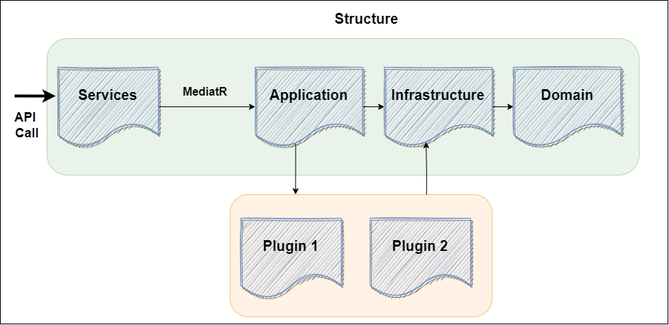
Earlier version of the draw.io export TaxServices-Project-Structure.png (bm1905/FinanceApp). Source tidied: cells renumbered, new cells last; positions are measured from the earlier drawing's top-left corner, leaving out a move shared by most shapes.
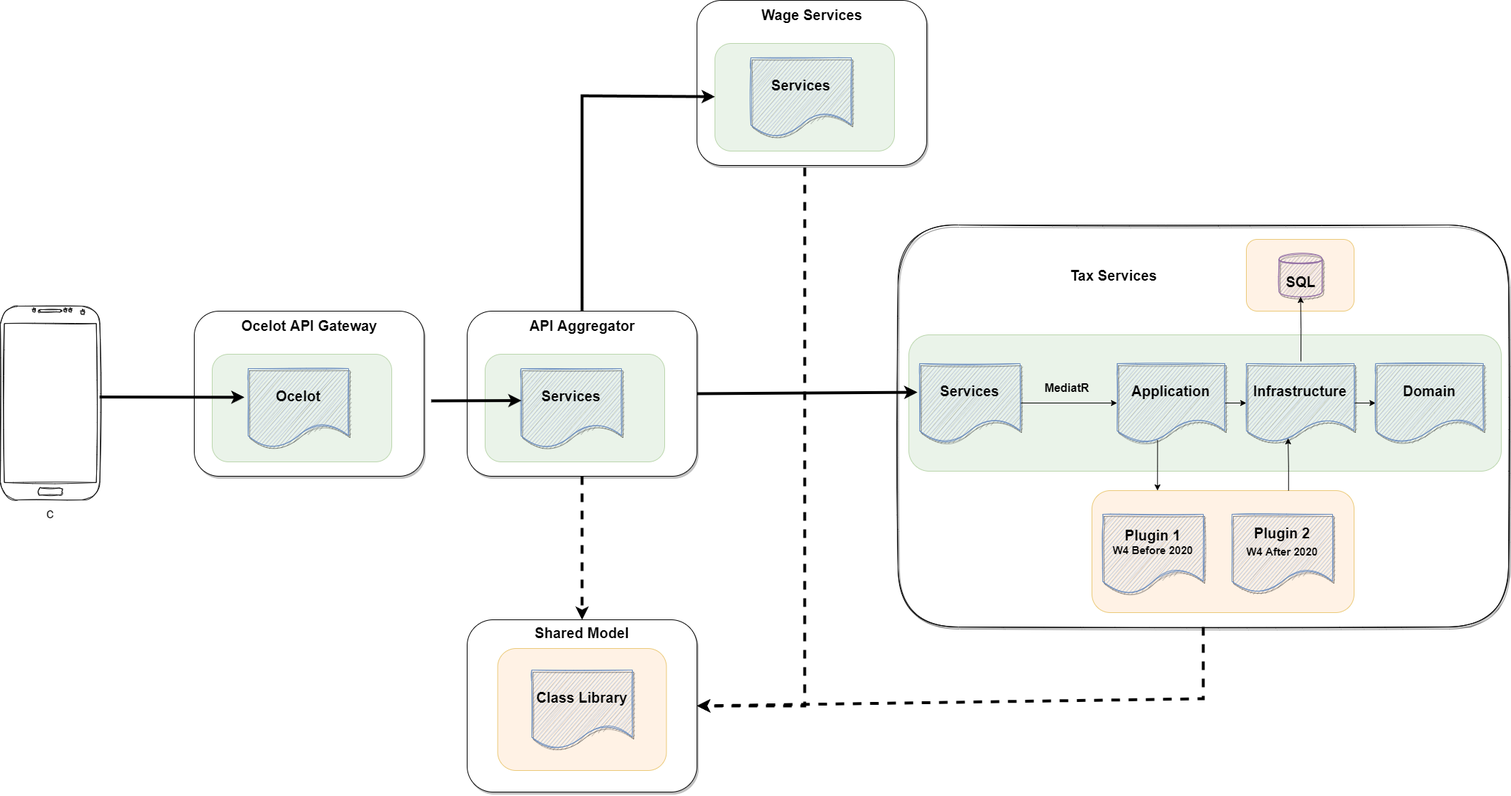
The same diagram one commit later.

Change to the diagram source:
```diff
@@ -2,8 +2,8 @@
   <root>
     <mxCell id="0" />
     <mxCell id="1" parent="0" />
-    <mxCell id="2" style="rounded=0;whiteSpace=wrap;html=1;fontFamily=Helvetica;fontSize=12;fontColor=default;fillColor=#FFFFFF;" parent="1" vertex="1">
-      <mxGeometry width="930" height="450" as="geometry" />
+    <mxCell id="2" style="rounded=1;whiteSpace=wrap;html=1;fontFamily=Helvetica;fontSize=12;shadow=1;sketch=1;glass=0;" parent="1" vertex="1">
+      <mxGeometry x="50" y="-100" width="850" height="560" as="geometry" />
     </mxCell>
     <mxCell id="3" style="rounded=1;whiteSpace=wrap;html=1;fillColor=#ffe6cc;strokeColor=#d79b00;opacity=50;" parent="1" vertex="1">
       <mxGeometry x="320" y="270" width="365" height="170" as="geometry" />
@@ -11,8 +11,8 @@
     <mxCell id="4" style="rounded=1;whiteSpace=wrap;html=1;fillColor=#d5e8d4;strokeColor=#82b366;opacity=50;" parent="1" vertex="1">
       <mxGeometry x="65" y="53" width="825" height="190" as="geometry" />
     </mxCell>
-    <mxCell id="5" value="Structure" style="text;html=1;align=center;verticalAlign=middle;strokeColor=none;fillColor=none;fontStyle=1;fontSize=20;" parent="1" vertex="1">
-      <mxGeometry x="460" y="10" width="100" height="30" as="geometry" />
+    <mxCell id="5" value="Tax Services" style="text;html=1;align=center;verticalAlign=middle;strokeColor=none;fillColor=none;fontStyle=1;fontSize=20;" parent="1" vertex="1">
+      <mxGeometry x="280" y="-50" width="140" height="40" as="geometry" />
     </mxCell>
     <mxCell id="6" style="edgeStyle=orthogonalEdgeStyle;rounded=0;jettySize=auto;html=1;fillColor=#660000;" parent="1" edge="1" source="7" target="9">
       <mxGeometry relative="1" as="geometry" />
@@ -35,18 +35,13 @@
     <mxCell id="12" value="&lt;span style=&quot;font-size: 20px&quot;&gt;&lt;b&gt;Domain&lt;/b&gt;&lt;/span&gt;" style="shape=document;whiteSpace=wrap;html=1;boundedLbl=1;fillColor=#dae8fc;strokeColor=#6c8ebf;sketch=1;shadow=1;fillStyle=auto;" parent="1" vertex="1">
       <mxGeometry x="715" y="93" width="150" height="110" as="geometry" />
     </mxCell>
-    <mxCell id="13" style="endArrow=classic;html=1;rounded=0;fillColor=#660000;entryX=-0.021;entryY=0.364;entryDx=0;entryDy=0;entryPerimeter=0;strokeWidth=4;" parent="1" edge="1" target="7">
-      <mxGeometry relative="1" as="geometry">
-        <mxPoint x="20" y="133" as="sourcePoint" />
-      </mxGeometry>
+    <mxCell id="13" style="endArrow=classic;html=1;rounded=0;fillColor=#660000;entryX=-0.021;entryY=0.364;entryDx=0;entryDy=0;entryPerimeter=0;strokeWidth=4;exitX=1;exitY=0.5;exitDx=0;exitDy=0;" parent="1" edge="1" source="20" target="7">
+      <mxGeometry relative="1" as="geometry" />
     </mxCell>
-    <mxCell id="14" value="API &lt;br&gt;Call" style="text;html=1;align=center;verticalAlign=middle;strokeColor=none;fillColor=none;fontStyle=1;fontSize=18;" parent="1" vertex="1">
-      <mxGeometry x="12" y="149" width="50" height="50" as="geometry" />
-    </mxCell>
-    <mxCell id="15" value="&lt;span style=&quot;font-size: 20px&quot;&gt;&lt;b&gt;Plugin 1&lt;/b&gt;&lt;/span&gt;" style="shape=document;whiteSpace=wrap;html=1;boundedLbl=1;fillColor=#dae8fc;strokeColor=#6c8ebf;shadow=1;sketch=1;" parent="1" vertex="1">
+    <mxCell id="15" value="&lt;b style=&quot;&quot;&gt;&lt;span style=&quot;font-size: 20px;&quot;&gt;Plugin 1&lt;/span&gt;&lt;br&gt;&lt;font style=&quot;font-size: 15px;&quot;&gt;W4 Before 2020&lt;/font&gt;&lt;br&gt;&lt;/b&gt;" style="shape=document;whiteSpace=wrap;html=1;boundedLbl=1;fillColor=#dae8fc;strokeColor=#6c8ebf;shadow=1;sketch=1;" parent="1" vertex="1">
       <mxGeometry x="335" y="303" width="140" height="110" as="geometry" />
     </mxCell>
-    <mxCell id="16" value="&lt;span style=&quot;font-size: 20px&quot;&gt;&lt;b&gt;Plugin 2&lt;/b&gt;&lt;/span&gt;" style="shape=document;whiteSpace=wrap;html=1;boundedLbl=1;fillColor=#dae8fc;strokeColor=#6c8ebf;sketch=1;shadow=1;" parent="1" vertex="1">
+    <mxCell id="16" value="&lt;span style=&quot;font-size: 20px&quot;&gt;&lt;b&gt;Plugin 2&lt;br&gt;&lt;/b&gt;&lt;/span&gt;&lt;b&gt;&lt;font style=&quot;font-size: 15px;&quot;&gt;W4 After 2020&lt;/font&gt;&lt;/b&gt;&lt;span style=&quot;font-size: 20px&quot;&gt;&lt;b&gt;&lt;br&gt;&lt;/b&gt;&lt;/span&gt;" style="shape=document;whiteSpace=wrap;html=1;boundedLbl=1;fillColor=#dae8fc;strokeColor=#6c8ebf;sketch=1;shadow=1;" parent="1" vertex="1">
       <mxGeometry x="515" y="303" width="140" height="110" as="geometry" />
     </mxCell>
     <mxCell id="17" style="edgeStyle=orthogonalEdgeStyle;rounded=0;jettySize=auto;html=1;fillColor=#660000;entryX=0.25;entryY=0;entryDx=0;entryDy=0;exitX=0.376;exitY=0.97;exitDx=0;exitDy=0;exitPerimeter=0;" parent="1" edge="1" source="9" target="3">
@@ -58,5 +53,98 @@
     <mxCell id="19" value="&lt;font style=&quot;font-size: 16px&quot;&gt;MediatR&lt;/font&gt;" style="text;html=1;align=center;verticalAlign=middle;strokeColor=none;fillColor=none;fontStyle=1;fontSize=20;" parent="1" vertex="1">
       <mxGeometry x="245" y="110" width="80" height="30" as="geometry" />
     </mxCell>
+    <mxCell id="20" style="rounded=1;whiteSpace=wrap;html=1;fontFamily=Helvetica;fontSize=12;fontColor=default;fillColor=#FFFFFF;shadow=1;" parent="1" vertex="1">
+      <mxGeometry x="-550" y="20" width="320" height="230" as="geometry" />
+    </mxCell>
+    <mxCell id="21" value="API Aggregator" style="text;html=1;align=center;verticalAlign=middle;points=[];strokeColor=none;fillColor=none;fontStyle=1;fontSize=20;" parent="1" vertex="1">
+      <mxGeometry x="-475" y="20" width="170" height="40" as="geometry" />
+    </mxCell>
+    <mxCell id="22" style="rounded=1;whiteSpace=wrap;html=1;fillColor=#d5e8d4;strokeColor=#82b366;opacity=50;" parent="1" vertex="1">
+      <mxGeometry x="-525" y="80" width="250" height="150" as="geometry" />
+    </mxCell>
+    <mxCell id="23" value="&lt;span style=&quot;font-size: 20px&quot;&gt;&lt;b&gt;Services&lt;/b&gt;&lt;/span&gt;" style="shape=document;whiteSpace=wrap;html=1;boundedLbl=1;fillColor=#dae8fc;strokeColor=#6c8ebf;sketch=1;shadow=1;" parent="1" vertex="1">
+      <mxGeometry x="-475" y="100" width="140" height="110" as="geometry" />
+    </mxCell>
+    <mxCell id="24" style="rounded=1;whiteSpace=wrap;html=1;fillColor=#ffe6cc;strokeColor=#d79b00;opacity=50;" parent="1" vertex="1">
+      <mxGeometry x="535" y="-80" width="150" height="100" as="geometry" />
+    </mxCell>
+    <mxCell id="25" value="&lt;b&gt;&lt;font style=&quot;font-size: 20px;&quot;&gt;SQL&lt;/font&gt;&lt;/b&gt;" style="shape=datastore;whiteSpace=wrap;html=1;fontSize=15;shadow=1;sketch=1;fillColor=#e1d5e7;strokeColor=#9673a6;" parent="1" vertex="1">
+      <mxGeometry x="580.5" y="-60" width="60" height="60" as="geometry" />
+    </mxCell>
+    <mxCell id="26" style="edgeStyle=orthogonalEdgeStyle;rounded=0;jettySize=auto;html=1;fillColor=#660000;entryX=0.5;entryY=1;entryDx=0;entryDy=0;" parent="1" edge="1" target="25">
+      <mxGeometry relative="1" as="geometry">
+        <mxPoint x="611" y="90" as="sourcePoint" />
+      </mxGeometry>
+    </mxCell>
+    <mxCell id="27" style="rounded=1;whiteSpace=wrap;html=1;fontFamily=Helvetica;fontSize=12;fontColor=default;fillColor=#FFFFFF;shadow=1;" parent="1" vertex="1">
+      <mxGeometry x="-230" y="-413" width="320" height="230" as="geometry" />
+    </mxCell>
+    <mxCell id="28" value="Wage Services" style="text;html=1;align=center;verticalAlign=middle;strokeColor=none;fillColor=none;fontStyle=1;fontSize=20;" parent="1" vertex="1">
+      <mxGeometry x="-150" y="-413" width="160" height="40" as="geometry" />
+    </mxCell>
+    <mxCell id="29" style="rounded=1;whiteSpace=wrap;html=1;fillColor=#d5e8d4;strokeColor=#82b366;opacity=50;" parent="1" vertex="1">
+      <mxGeometry x="-205" y="-353" width="250" height="150" as="geometry" />
+    </mxCell>
+    <mxCell id="30" value="&lt;span style=&quot;font-size: 20px&quot;&gt;&lt;b&gt;Services&lt;/b&gt;&lt;/span&gt;" style="shape=document;whiteSpace=wrap;html=1;boundedLbl=1;fillColor=#dae8fc;strokeColor=#6c8ebf;sketch=1;shadow=1;" parent="1" vertex="1">
+      <mxGeometry x="-155" y="-333" width="140" height="110" as="geometry" />
+    </mxCell>
+    <mxCell id="31" style="endArrow=classic;html=1;rounded=0;fillColor=#660000;strokeWidth=4;" parent="1" edge="1" source="21" target="29">
+      <mxGeometry relative="1" as="geometry">
+        <Array as="points">
+          <mxPoint x="-390" y="-280" />
+        </Array>
+      </mxGeometry>
+    </mxCell>
+    <mxCell id="32" value="c" style="verticalLabelPosition=bottom;verticalAlign=top;html=1;shadow=0;dashed=0;strokeWidth=1;shape=mxgraph.android.phone2;strokeColor=#191919;rounded=1;glass=0;sketch=1;fontSize=20;" parent="1" vertex="1">
+      <mxGeometry x="-1200" y="13" width="138.5" height="270" as="geometry" />
+    </mxCell>
+    <mxCell id="33" style="rounded=1;whiteSpace=wrap;html=1;fontFamily=Helvetica;fontSize=12;fontColor=default;fillColor=#FFFFFF;shadow=1;" parent="1" vertex="1">
+      <mxGeometry x="-930" y="20" width="320" height="230" as="geometry" />
+    </mxCell>
+    <mxCell id="34" value="Ocelot API Gateway" style="text;html=1;align=center;verticalAlign=middle;strokeColor=none;fillColor=none;fontStyle=1;fontSize=20;" parent="1" vertex="1">
+      <mxGeometry x="-875" y="20" width="210" height="40" as="geometry" />
+    </mxCell>
+    <mxCell id="35" style="rounded=1;whiteSpace=wrap;html=1;fillColor=#d5e8d4;strokeColor=#82b366;opacity=50;" parent="1" vertex="1">
+      <mxGeometry x="-905" y="80" width="250" height="150" as="geometry" />
+    </mxCell>
+    <mxCell id="36" value="&lt;span style=&quot;font-size: 20px&quot;&gt;&lt;b&gt;Ocelot&lt;/b&gt;&lt;/span&gt;" style="shape=document;whiteSpace=wrap;html=1;boundedLbl=1;fillColor=#dae8fc;strokeColor=#6c8ebf;sketch=1;shadow=1;" parent="1" vertex="1">
+      <mxGeometry x="-855" y="100" width="140" height="110" as="geometry" />
+    </mxCell>
+    <mxCell id="37" style="endArrow=classic;html=1;rounded=0;fillColor=#660000;strokeWidth=4;exitX=0.998;exitY=0.469;exitDx=0;exitDy=0;exitPerimeter=0;" parent="1" edge="1" source="32">
+      <mxGeometry relative="1" as="geometry">
+        <mxPoint x="-860" y="140" as="targetPoint" />
+      </mxGeometry>
+    </mxCell>
+    <mxCell id="38" style="endArrow=classic;html=1;rounded=0;fillColor=#660000;strokeWidth=4;entryX=0.005;entryY=0.405;entryDx=0;entryDy=0;entryPerimeter=0;" parent="1" edge="1" target="23">
+      <mxGeometry relative="1" as="geometry">
+        <mxPoint x="-600" y="145" as="sourcePoint" />
+      </mxGeometry>
+    </mxCell>
+    <mxCell id="39" value="&lt;span style=&quot;font-size: 20px; font-weight: 700;&quot;&gt;Shared Model&lt;/span&gt;" style="rounded=1;whiteSpace=wrap;html=1;fontFamily=Helvetica;fontSize=12;fontColor=default;fillColor=#FFFFFF;shadow=1;verticalAlign=top;" parent="1" vertex="1">
+      <mxGeometry x="-550" y="450" width="320" height="240" as="geometry" />
+    </mxCell>
+    <mxCell id="40" style="rounded=1;whiteSpace=wrap;html=1;fillColor=#ffe6cc;strokeColor=#d79b00;opacity=50;" parent="1" vertex="1">
+      <mxGeometry x="-507.5" y="490" width="235" height="170" as="geometry" />
+    </mxCell>
+    <mxCell id="41" value="&lt;b style=&quot;&quot;&gt;&lt;span style=&quot;font-size: 20px;&quot;&gt;Class Library&lt;/span&gt;&lt;br&gt;&lt;/b&gt;" style="shape=document;whiteSpace=wrap;html=1;boundedLbl=1;fillColor=#dae8fc;strokeColor=#6c8ebf;shadow=1;sketch=1;" parent="1" vertex="1">
+      <mxGeometry x="-460" y="520" width="140" height="110" as="geometry" />
+    </mxCell>
+    <mxCell id="42" style="endArrow=classic;html=1;rounded=0;fillColor=#660000;entryX=0.5;entryY=0;entryDx=0;entryDy=0;strokeWidth=4;exitX=0.5;exitY=1;exitDx=0;exitDy=0;dashed=1;" parent="1" edge="1" source="20" target="39">
+      <mxGeometry relative="1" as="geometry" />
+    </mxCell>
+    <mxCell id="43" style="endArrow=classic;html=1;rounded=0;fillColor=#660000;entryX=1;entryY=0.5;entryDx=0;entryDy=0;strokeWidth=4;exitX=0.5;exitY=1;exitDx=0;exitDy=0;dashed=1;" parent="1" edge="1" source="2" target="39">
+      <mxGeometry relative="1" as="geometry">
+        <Array as="points">
+          <mxPoint x="475" y="560" />
+        </Array>
+      </mxGeometry>
+    </mxCell>
+    <mxCell id="44" style="endArrow=classic;html=1;rounded=0;fillColor=#660000;entryX=1;entryY=0.5;entryDx=0;entryDy=0;strokeWidth=4;exitX=0.469;exitY=1.013;exitDx=0;exitDy=0;dashed=1;exitPerimeter=0;" parent="1" edge="1" source="27" target="39">
+      <mxGeometry relative="1" as="geometry">
+        <Array as="points">
+          <mxPoint x="-80" y="570" />
+        </Array>
+      </mxGeometry>
+    </mxCell>
   </root>
 </mxGraphModel>
```
